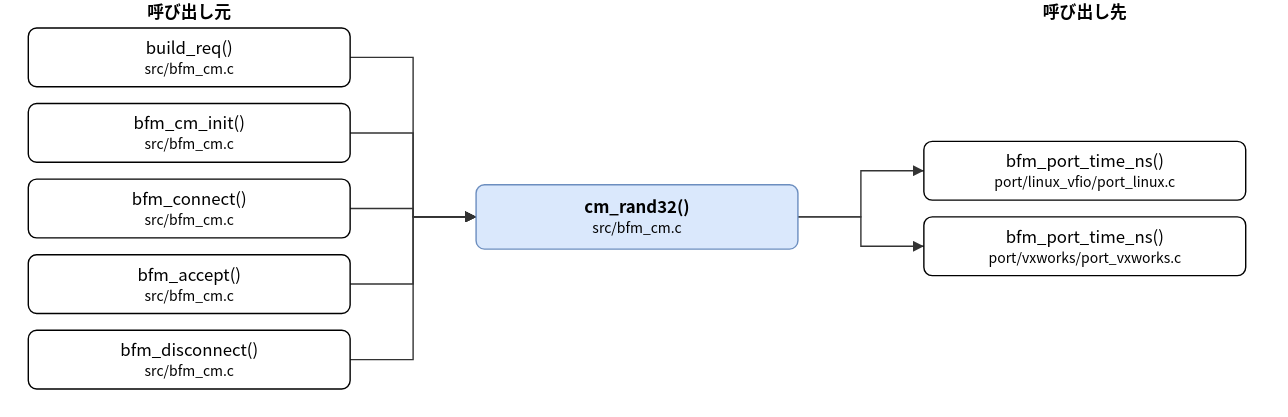
Earlier version of the draw.io export doc/spec/images/call_src_bfm_cm__cm_rand32.drawio.svg (hf355051012-ai/bfmem). Source tidied: cells renumbered, new cells last; positions are measured from the earlier drawing's top-left corner, leaving out a move shared by most shapes.
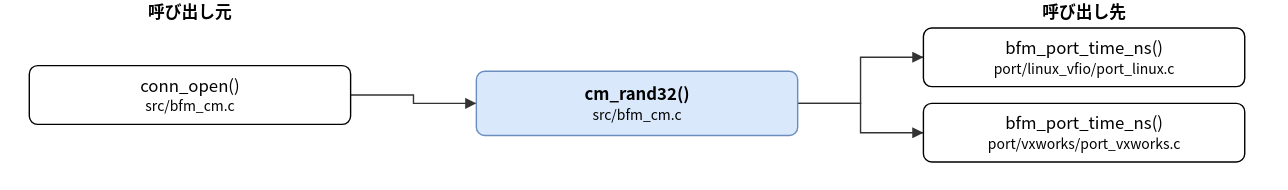
The same diagram one commit later.

What changed in the source:
```diff
@@ -3,85 +3,41 @@
     <mxCell id="0" />
     <mxCell id="1" parent="0" />
     <mxCell id="2" value="cm_rand32()&lt;br&gt;&lt;font style=&quot;font-size:10px&quot;&gt;src/bfm_cm.c&lt;/font&gt;" style="rounded=1;whiteSpace=wrap;html=1;fillColor=#dae8fc;strokeColor=#6c8ebf;fontStyle=1;" parent="1" vertex="1">
-      <mxGeometry x="320" y="132" width="230" height="46" as="geometry" />
+      <mxGeometry x="320" y="51" width="230" height="46" as="geometry" />
     </mxCell>
-    <mxCell id="3" value="build_req()&lt;br&gt;&lt;font style=&quot;font-size:10px&quot;&gt;src/bfm_cm.c&lt;/font&gt;" style="rounded=1;whiteSpace=wrap;html=1;" parent="1" vertex="1">
-      <mxGeometry y="20" width="230" height="42" as="geometry" />
+    <mxCell id="3" value="conn_open()&lt;br&gt;&lt;font style=&quot;font-size:10px&quot;&gt;src/bfm_cm.c&lt;/font&gt;" style="rounded=1;whiteSpace=wrap;html=1;" parent="1" vertex="1">
+      <mxGeometry y="47" width="230" height="42" as="geometry" />
     </mxCell>
-    <mxCell id="4" value="bfm_cm_init()&lt;br&gt;&lt;font style=&quot;font-size:10px&quot;&gt;src/bfm_cm.c&lt;/font&gt;" style="rounded=1;whiteSpace=wrap;html=1;" parent="1" vertex="1">
-      <mxGeometry y="74" width="230" height="42" as="geometry" />
-    </mxCell>
-    <mxCell id="5" value="bfm_connect()&lt;br&gt;&lt;font style=&quot;font-size:10px&quot;&gt;src/bfm_cm.c&lt;/font&gt;" style="rounded=1;whiteSpace=wrap;html=1;" parent="1" vertex="1">
-      <mxGeometry y="128" width="230" height="42" as="geometry" />
-    </mxCell>
-    <mxCell id="6" value="bfm_accept()&lt;br&gt;&lt;font style=&quot;font-size:10px&quot;&gt;src/bfm_cm.c&lt;/font&gt;" style="rounded=1;whiteSpace=wrap;html=1;" parent="1" vertex="1">
-      <mxGeometry y="182" width="230" height="42" as="geometry" />
-    </mxCell>
-    <mxCell id="7" value="bfm_disconnect()&lt;br&gt;&lt;font style=&quot;font-size:10px&quot;&gt;src/bfm_cm.c&lt;/font&gt;" style="rounded=1;whiteSpace=wrap;html=1;" parent="1" vertex="1">
-      <mxGeometry y="236" width="230" height="42" as="geometry" />
-    </mxCell>
     <mxCell id="8" value="bfm_port_time_ns()&lt;br&gt;&lt;font style=&quot;font-size:10px&quot;&gt;port/linux_vfio/port_linux.c&lt;/font&gt;" style="rounded=1;whiteSpace=wrap;html=1;" parent="1" vertex="1">
-      <mxGeometry x="640" y="101" width="230" height="42" as="geometry" />
+      <mxGeometry x="640" y="20" width="230" height="42" as="geometry" />
     </mxCell>
     <mxCell id="9" value="bfm_port_time_ns()&lt;br&gt;&lt;font style=&quot;font-size:10px&quot;&gt;port/vxworks/port_vxworks.c&lt;/font&gt;" style="rounded=1;whiteSpace=wrap;html=1;" parent="1" vertex="1">
-      <mxGeometry x="640" y="155" width="230" height="42" as="geometry" />
+      <mxGeometry x="640" y="74" width="230" height="42" as="geometry" />
     </mxCell>
     <mxCell id="10" style="edgeStyle=none;html=1;rounded=0;endArrow=block;endFill=1;exitX=1.0000;exitY=0.5000;exitDx=0;exitDy=0;exitPerimeter=0;entryX=0.0000;entryY=0.5000;entryDx=0;entryDy=0;entryPerimeter=0;" parent="1" edge="1" source="3" target="2">
       <mxGeometry relative="1" as="geometry">
         <Array as="points">
-          <mxPoint x="275" y="41" />
-          <mxPoint x="275" y="155" />
+          <mxPoint x="275" y="68" />
+          <mxPoint x="275" y="74" />
         </Array>
       </mxGeometry>
     </mxCell>
-    <mxCell id="11" style="edgeStyle=none;html=1;rounded=0;endArrow=block;endFill=1;exitX=1.0000;exitY=0.5000;exitDx=0;exitDy=0;exitPerimeter=0;entryX=0.0000;entryY=0.5000;entryDx=0;entryDy=0;entryPerimeter=0;" parent="1" edge="1" source="4" target="2">
+    <mxCell id="11" style="edgeStyle=none;html=1;rounded=0;endArrow=block;endFill=1;exitX=1.0000;exitY=0.5000;exitDx=0;exitDy=0;exitPerimeter=0;entryX=0.0000;entryY=0.5000;entryDx=0;entryDy=0;entryPerimeter=0;" parent="1" edge="1" source="2" target="8">
       <mxGeometry relative="1" as="geometry">
         <Array as="points">
-          <mxPoint x="275" y="95" />
-          <mxPoint x="275" y="155" />
+          <mxPoint x="595" y="74" />
+          <mxPoint x="595" y="41" />
         </Array>
       </mxGeometry>
     </mxCell>
-    <mxCell id="12" style="edgeStyle=none;html=1;rounded=0;endArrow=block;endFill=1;exitX=1.0000;exitY=0.5000;exitDx=0;exitDy=0;exitPerimeter=0;entryX=0.0000;entryY=0.5000;entryDx=0;entryDy=0;entryPerimeter=0;" parent="1" edge="1" source="5" target="2">
+    <mxCell id="12" style="edgeStyle=none;html=1;rounded=0;endArrow=block;endFill=1;exitX=1.0000;exitY=0.5000;exitDx=0;exitDy=0;exitPerimeter=0;entryX=0.0000;entryY=0.5000;entryDx=0;entryDy=0;entryPerimeter=0;" parent="1" edge="1" source="2" target="9">
       <mxGeometry relative="1" as="geometry">
         <Array as="points">
-          <mxPoint x="275" y="149" />
-          <mxPoint x="275" y="155" />
+          <mxPoint x="595" y="74" />
+          <mxPoint x="595" y="95" />
         </Array>
       </mxGeometry>
     </mxCell>
-    <mxCell id="13" style="edgeStyle=none;html=1;rounded=0;endArrow=block;endFill=1;exitX=1.0000;exitY=0.5000;exitDx=0;exitDy=0;exitPerimeter=0;entryX=0.0000;entryY=0.5000;entryDx=0;entryDy=0;entryPerimeter=0;" parent="1" edge="1" source="6" target="2">
-      <mxGeometry relative="1" as="geometry">
-        <Array as="points">
-          <mxPoint x="275" y="203" />
-          <mxPoint x="275" y="155" />
-        </Array>
-      </mxGeometry>
-    </mxCell>
-    <mxCell id="14" style="edgeStyle=none;html=1;rounded=0;endArrow=block;endFill=1;exitX=1.0000;exitY=0.5000;exitDx=0;exitDy=0;exitPerimeter=0;entryX=0.0000;entryY=0.5000;entryDx=0;entryDy=0;entryPerimeter=0;" parent="1" edge="1" source="7" target="2">
-      <mxGeometry relative="1" as="geometry">
-        <Array as="points">
-          <mxPoint x="275" y="257" />
-          <mxPoint x="275" y="155" />
-        </Array>
-      </mxGeometry>
-    </mxCell>
-    <mxCell id="15" style="edgeStyle=none;html=1;rounded=0;endArrow=block;endFill=1;exitX=1.0000;exitY=0.5000;exitDx=0;exitDy=0;exitPerimeter=0;entryX=0.0000;entryY=0.5000;entryDx=0;entryDy=0;entryPerimeter=0;" parent="1" edge="1" source="2" target="8">
-      <mxGeometry relative="1" as="geometry">
-        <Array as="points">
-          <mxPoint x="595" y="155" />
-          <mxPoint x="595" y="122" />
-        </Array>
-      </mxGeometry>
-    </mxCell>
-    <mxCell id="16" style="edgeStyle=none;html=1;rounded=0;endArrow=block;endFill=1;exitX=1.0000;exitY=0.5000;exitDx=0;exitDy=0;exitPerimeter=0;entryX=0.0000;entryY=0.5000;entryDx=0;entryDy=0;entryPerimeter=0;" parent="1" edge="1" source="2" target="9">
-      <mxGeometry relative="1" as="geometry">
-        <Array as="points">
-          <mxPoint x="595" y="155" />
-          <mxPoint x="595" y="176" />
-        </Array>
-      </mxGeometry>
-    </mxCell>
     <mxCell id="17" value="呼び出し元" style="text;html=1;align=center;fontStyle=1;" parent="1" vertex="1">
       <mxGeometry x="35" width="160" height="18" as="geometry" />
     </mxCell>
```
